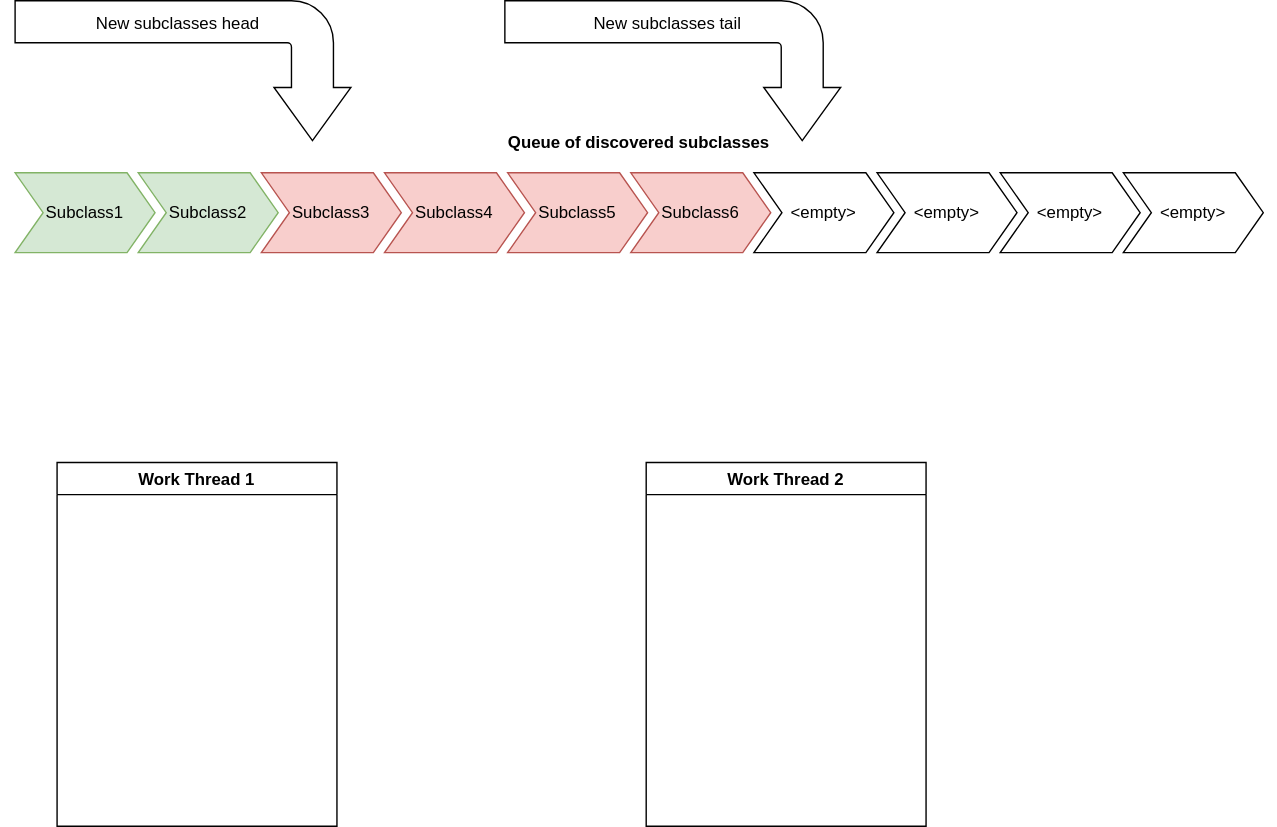
Above: assets/anim/concCollectionStep1.drawio.svg in cdracm/cdracm.github.io (draw.io), before the change. Source tidied: cells renumbered, new cells last; positions are measured from the earlier drawing's top-left corner, leaving out a move shared by most shapes.
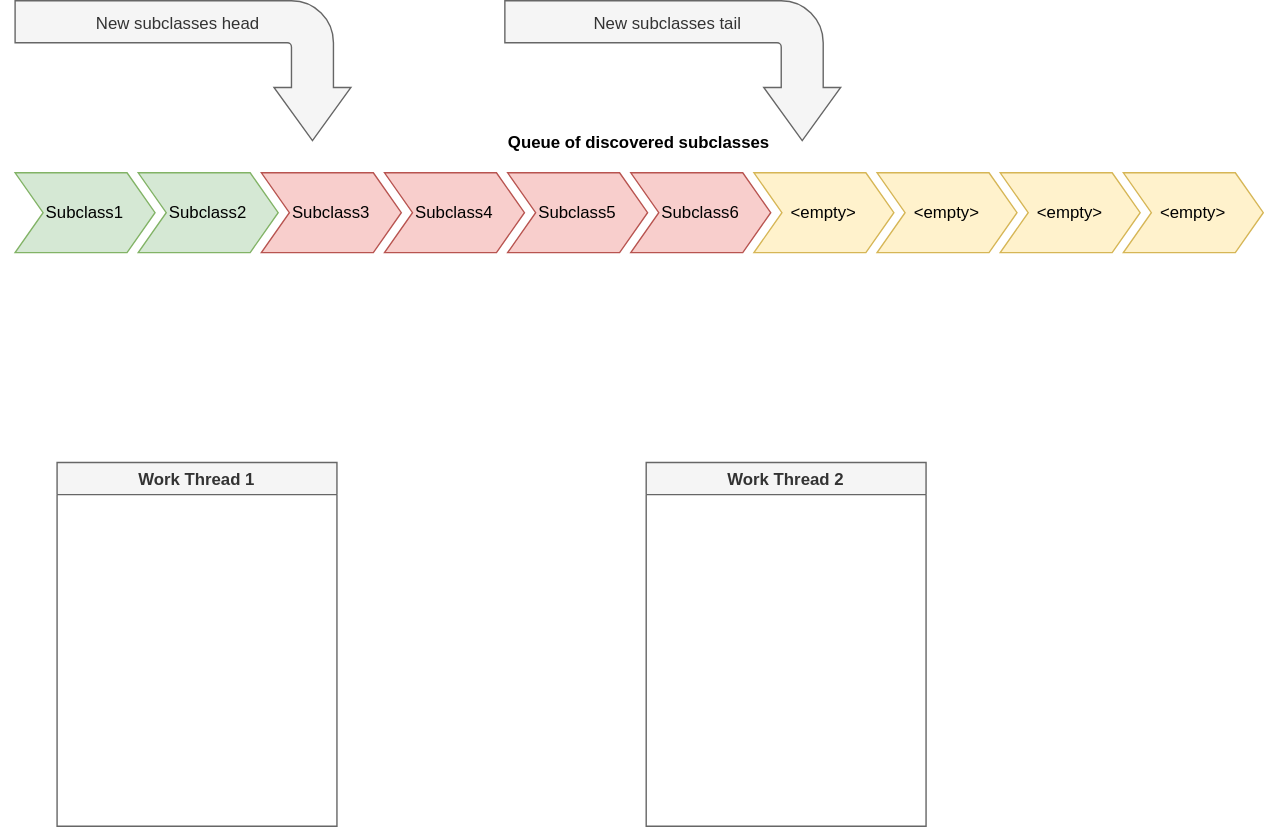
The same file after the commit.

Diff of the diagram source:
```diff
@@ -1,50 +1,50 @@
-<mxGraphModel>
+<mxGraphModel background="#ffffff">
   <root>
     <mxCell id="0" />
     <mxCell id="1" parent="0" />
-    <mxCell id="2" value="Queue of discovered subclasses" style="swimlane;horizontal=1;fillColor=none;strokeColor=none;stackBorder=10;align=center;whiteSpace=wrap;html=1;" parent="1" vertex="1">
+    <mxCell id="2" value="Queue of discovered subclasses" style="swimlane;horizontal=1;fillColor=none;strokeColor=none;stackBorder=10;align=center;whiteSpace=wrap;html=1;labelBackgroundColor=default;spacingBottom=0;labelPosition=center;verticalLabelPosition=middle;verticalAlign=middle;" parent="1" vertex="1">
       <mxGeometry y="160" width="912" height="100" as="geometry" />
     </mxCell>
-    <mxCell id="3" value="Subclass1" style="shape=step;perimeter=stepPerimeter;fixedSize=1;whiteSpace=wrap;html=1;fillColor=#d5e8d4;strokeColor=#82b366;" parent="2" vertex="1">
+    <mxCell id="3" value="Subclass1" style="shape=step;perimeter=stepPerimeter;fixedSize=1;whiteSpace=wrap;html=1;fillColor=#d5e8d4;strokeColor=#82b366;labelBackgroundColor=none;" parent="2" vertex="1">
       <mxGeometry x="10" y="33" width="100" height="57" as="geometry" />
     </mxCell>
-    <mxCell id="4" value="Subclass2" style="shape=step;perimeter=stepPerimeter;fixedSize=1;whiteSpace=wrap;html=1;fillColor=#d5e8d4;strokeColor=#82b366;" parent="2" vertex="1">
+    <mxCell id="4" value="Subclass2" style="shape=step;perimeter=stepPerimeter;fixedSize=1;whiteSpace=wrap;html=1;fillColor=#d5e8d4;strokeColor=#82b366;labelBackgroundColor=none;" parent="2" vertex="1">
       <mxGeometry x="98" y="33" width="100" height="57" as="geometry" />
     </mxCell>
-    <mxCell id="5" value="Subclass3" style="shape=step;perimeter=stepPerimeter;fixedSize=1;whiteSpace=wrap;html=1;fillColor=#f8cecc;strokeColor=#b85450;" parent="2" vertex="1">
+    <mxCell id="5" value="Subclass3" style="shape=step;perimeter=stepPerimeter;fixedSize=1;whiteSpace=wrap;html=1;fillColor=#f8cecc;strokeColor=#b85450;labelBackgroundColor=none;" parent="2" vertex="1">
       <mxGeometry x="186" y="33" width="100" height="57" as="geometry" />
     </mxCell>
-    <mxCell id="6" value="Subclass4" style="shape=step;perimeter=stepPerimeter;fixedSize=1;whiteSpace=wrap;html=1;fillColor=#f8cecc;strokeColor=#b85450;" parent="2" vertex="1">
+    <mxCell id="6" value="Subclass4" style="shape=step;perimeter=stepPerimeter;fixedSize=1;whiteSpace=wrap;html=1;fillColor=#f8cecc;strokeColor=#b85450;labelBackgroundColor=none;" parent="2" vertex="1">
       <mxGeometry x="274" y="33" width="100" height="57" as="geometry" />
     </mxCell>
-    <mxCell id="7" value="Subclass5" style="shape=step;perimeter=stepPerimeter;fixedSize=1;whiteSpace=wrap;html=1;fillColor=#f8cecc;strokeColor=#b85450;" parent="2" vertex="1">
+    <mxCell id="7" value="Subclass5" style="shape=step;perimeter=stepPerimeter;fixedSize=1;whiteSpace=wrap;html=1;fillColor=#f8cecc;strokeColor=#b85450;labelBackgroundColor=none;" parent="2" vertex="1">
       <mxGeometry x="362" y="33" width="100" height="57" as="geometry" />
     </mxCell>
-    <mxCell id="8" value="Subclass6" style="shape=step;perimeter=stepPerimeter;fixedSize=1;whiteSpace=wrap;html=1;fillColor=#f8cecc;strokeColor=#b85450;" parent="2" vertex="1">
+    <mxCell id="8" value="Subclass6" style="shape=step;perimeter=stepPerimeter;fixedSize=1;whiteSpace=wrap;html=1;fillColor=#f8cecc;strokeColor=#b85450;labelBackgroundColor=none;" parent="2" vertex="1">
       <mxGeometry x="450" y="33" width="100" height="57" as="geometry" />
     </mxCell>
-    <mxCell id="9" value="&amp;lt;empty&amp;gt;" style="shape=step;perimeter=stepPerimeter;fixedSize=1;whiteSpace=wrap;html=1;" parent="2" vertex="1">
+    <mxCell id="9" value="&amp;lt;empty&amp;gt;" style="shape=step;perimeter=stepPerimeter;fixedSize=1;whiteSpace=wrap;html=1;labelBackgroundColor=none;convertToSvg=0;fillColor=#fff2cc;strokeColor=#d6b656;" parent="2" vertex="1">
       <mxGeometry x="538" y="33" width="100" height="57" as="geometry" />
     </mxCell>
-    <mxCell id="10" value="&amp;lt;empty&amp;gt;" style="shape=step;perimeter=stepPerimeter;fixedSize=1;whiteSpace=wrap;html=1;" parent="2" vertex="1">
+    <mxCell id="10" value="&amp;lt;empty&amp;gt;" style="shape=step;perimeter=stepPerimeter;fixedSize=1;whiteSpace=wrap;html=1;labelBackgroundColor=none;fillColor=#fff2cc;strokeColor=#d6b656;" parent="2" vertex="1">
       <mxGeometry x="626" y="33" width="100" height="57" as="geometry" />
     </mxCell>
-    <mxCell id="11" value="&amp;lt;empty&amp;gt;" style="shape=step;perimeter=stepPerimeter;fixedSize=1;whiteSpace=wrap;html=1;" parent="2" vertex="1">
+    <mxCell id="11" value="&amp;lt;empty&amp;gt;" style="shape=step;perimeter=stepPerimeter;fixedSize=1;whiteSpace=wrap;html=1;labelBackgroundColor=none;fillColor=#fff2cc;strokeColor=#d6b656;" parent="2" vertex="1">
       <mxGeometry x="714" y="33" width="100" height="57" as="geometry" />
     </mxCell>
-    <mxCell id="12" value="&amp;lt;empty&amp;gt;" style="shape=step;perimeter=stepPerimeter;fixedSize=1;whiteSpace=wrap;html=1;" parent="2" vertex="1">
+    <mxCell id="12" value="&amp;lt;empty&amp;gt;" style="shape=step;perimeter=stepPerimeter;fixedSize=1;whiteSpace=wrap;html=1;labelBackgroundColor=none;fillColor=#fff2cc;strokeColor=#d6b656;" parent="2" vertex="1">
       <mxGeometry x="802" y="33" width="100" height="57" as="geometry" />
     </mxCell>
-    <mxCell id="13" value="New subclasses head" style="html=1;shadow=0;dashed=0;align=center;verticalAlign=middle;shape=mxgraph.arrows2.bendArrow;dy=15;dx=38;notch=0;arrowHead=55;rounded=1;rotation=90;horizontal=0;spacingRight=9;spacingBottom=66;" parent="1" vertex="1">
+    <mxCell id="13" value="&lt;span&gt;New subclasses head&lt;/span&gt;" style="html=1;shadow=0;dashed=0;align=center;verticalAlign=middle;shape=mxgraph.arrows2.bendArrow;dy=15;dx=38;notch=0;arrowHead=55;rounded=1;rotation=90;horizontal=0;spacingRight=9;spacingBottom=66;labelBackgroundColor=none;fillStyle=solid;fillColor=#f5f5f5;fontColor=#333333;strokeColor=#666666;" parent="1" vertex="1">
       <mxGeometry x="80" width="100" height="240" as="geometry" />
     </mxCell>
-    <mxCell id="14" value="New subclasses tail" style="html=1;shadow=0;dashed=0;align=center;verticalAlign=middle;shape=mxgraph.arrows2.bendArrow;dy=15;dx=38;notch=0;arrowHead=55;rounded=1;rotation=90;horizontal=0;spacingRight=9;spacingBottom=66;flipH=0;flipV=0;" parent="1" vertex="1">
+    <mxCell id="14" value="&lt;span&gt;New subclasses tail&lt;/span&gt;" style="html=1;shadow=0;dashed=0;align=center;verticalAlign=middle;shape=mxgraph.arrows2.bendArrow;dy=15;dx=38;notch=0;arrowHead=55;rounded=1;rotation=90;horizontal=0;spacingRight=9;spacingBottom=66;flipH=0;flipV=0;labelBackgroundColor=none;fillColor=#f5f5f5;fontColor=#333333;strokeColor=#666666;fillStyle=solid;" parent="1" vertex="1">
       <mxGeometry x="430" width="100" height="240" as="geometry" />
     </mxCell>
-    <mxCell id="15" value="Work Thread 1" style="swimlane;" parent="1" vertex="1">
+    <mxCell id="15" value="Work Thread 1" style="swimlane;labelBackgroundColor=none;swimlaneFillColor=none;fillColor=#f5f5f5;fontColor=#333333;strokeColor=#666666;" parent="1" vertex="1">
       <mxGeometry x="40" y="400" width="200" height="260" as="geometry" />
     </mxCell>
-    <mxCell id="16" value="Work Thread 2" style="swimlane;" parent="1" vertex="1">
+    <mxCell id="16" value="Work Thread 2" style="swimlane;labelBackgroundColor=none;fillColor=#f5f5f5;fontColor=#333333;strokeColor=#666666;" parent="1" vertex="1">
       <mxGeometry x="461" y="400" width="200" height="260" as="geometry" />
     </mxCell>
   </root>
```
